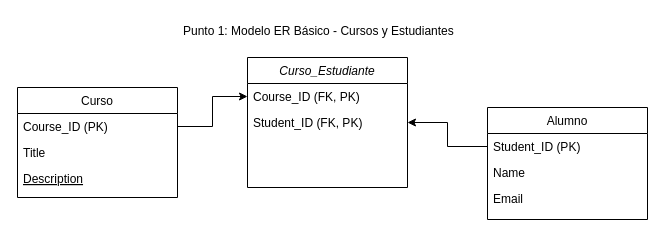
Before: Diagrama sin título.drawio in luiscarlos370/ProyectoFJS, a draw.io diagram. Source tidied: cells renumbered, new cells numbered last; positions are measured from the earlier drawing's top-left corner, leaving out a move shared by most shapes. Both pictures are drawn from the tidied source at 100%, with x=0, y=0 at pixel (17, 17).
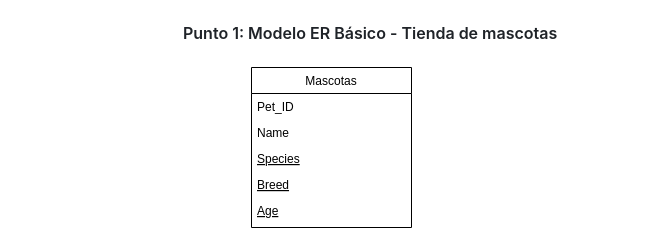
The same diagram, later.

Diff of the diagram source:
```diff
@@
 <mxGraphModel>
   <root>
     <mxCell id="0" />
     <mxCell id="1" parent="0" />
-    <mxCell id="2" value="Curso_Estudiante  " style="swimlane;fontStyle=2;align=center;verticalAlign=top;horizontal=1;startSize=26;rounded=0;shadow=0;strokeWidth=1;" parent="1" vertex="1">
-      <mxGeometry x="230" y="40" width="160" height="130" as="geometry" />
-    </mxCell>
-    <mxCell id="3" value=" Course_ID (FK, PK)" style="text;align=left;verticalAlign=top;spacingLeft=4;spacingRight=4;overflow=hidden;points=[[0,0.5],[1,0.5]];portConstraint=eastwest;" parent="2" vertex="1">
-      <mxGeometry y="26" width="160" height="26" as="geometry" />
-    </mxCell>
-    <mxCell id="4" value="Student_ID (FK, PK)" style="text;align=left;verticalAlign=top;spacingLeft=4;spacingRight=4;overflow=hidden;points=[[0,0.5],[1,0.5]];portConstraint=eastwest;rounded=0;shadow=0;html=0;" parent="2" vertex="1">
-      <mxGeometry y="52" width="160" height="26" as="geometry" />
-    </mxCell>
-    <mxCell id="5" value="Curso  " style="swimlane;fontStyle=0;align=center;verticalAlign=top;horizontal=1;startSize=26;rounded=0;shadow=0;strokeWidth=1;" parent="1" vertex="1">
-      <mxGeometry y="70" width="160" height="110" as="geometry" />
+    <mxCell id="5" value="Mascotas" style="swimlane;fontStyle=0;align=center;verticalAlign=top;horizontal=1;startSize=26;rounded=0;shadow=0;strokeWidth=1;" parent="1" vertex="1">
+      <mxGeometry x="234" y="50" width="160" height="160" as="geometry" />
     </mxCell>
-    <mxCell id="6" value="Course_ID (PK)" style="text;align=left;verticalAlign=top;spacingLeft=4;spacingRight=4;overflow=hidden;points=[[0,0.5],[1,0.5]];portConstraint=eastwest;" parent="5" vertex="1">
+    <mxCell id="6" value="Pet_ID" style="text;align=left;verticalAlign=top;spacingLeft=4;spacingRight=4;overflow=hidden;points=[[0,0.5],[1,0.5]];portConstraint=eastwest;" parent="5" vertex="1">
       <mxGeometry y="26" width="160" height="26" as="geometry" />
     </mxCell>
-    <mxCell id="7" value="Title " style="text;align=left;verticalAlign=top;spacingLeft=4;spacingRight=4;overflow=hidden;rounded=0;shadow=0;html=0;" parent="5" vertex="1">
+    <mxCell id="7" value="Name" style="text;align=left;verticalAlign=top;spacingLeft=4;spacingRight=4;overflow=hidden;rounded=0;shadow=0;html=0;" parent="5" vertex="1">
       <mxGeometry y="52" width="160" height="26" as="geometry" />
     </mxCell>
-    <mxCell id="8" value="Description        " style="text;align=left;verticalAlign=top;spacingLeft=4;spacingRight=4;overflow=hidden;fontStyle=4;" parent="5" vertex="1">
+    <mxCell id="8" value="Species        " style="text;align=left;verticalAlign=top;spacingLeft=4;spacingRight=4;overflow=hidden;fontStyle=4;" parent="5" vertex="1">
       <mxGeometry y="78" width="160" height="26" as="geometry" />
     </mxCell>
-    <mxCell id="9" value="Alumno        " style="swimlane;fontStyle=0;align=center;verticalAlign=top;horizontal=1;startSize=26;rounded=0;shadow=0;strokeWidth=1;" parent="1" vertex="1">
-      <mxGeometry x="470" y="90" width="160" height="112" as="geometry" />
-    </mxCell>
-    <mxCell id="10" value="Student_ID (PK) " style="text;align=left;verticalAlign=top;spacingLeft=4;spacingRight=4;overflow=hidden;points=[[0,0.5],[1,0.5]];portConstraint=eastwest;" parent="9" vertex="1">
-      <mxGeometry y="26" width="160" height="26" as="geometry" />
-    </mxCell>
-    <mxCell id="11" value="Name" style="text;align=left;verticalAlign=top;spacingLeft=4;spacingRight=4;overflow=hidden;" parent="9" vertex="1">
-      <mxGeometry y="52" width="160" height="26" as="geometry" />
-    </mxCell>
-    <mxCell id="12" value="Email              " style="text;align=left;verticalAlign=top;spacingLeft=4;spacingRight=4;overflow=hidden;" parent="9" vertex="1">
-      <mxGeometry y="78" width="160" height="26" as="geometry" />
-    </mxCell>
+    <mxCell id="16" value="Breed        " style="text;align=left;verticalAlign=top;spacingLeft=4;spacingRight=4;overflow=hidden;fontStyle=4;" parent="5" vertex="1">
+      <mxGeometry y="104" width="160" height="26" as="geometry" />
+    </mxCell>
+    <mxCell id="17" value="Age        " style="text;align=left;verticalAlign=top;spacingLeft=4;spacingRight=4;overflow=hidden;fontStyle=4;" parent="5" vertex="1">
+      <mxGeometry y="130" width="160" height="26" as="geometry" />
+    </mxCell>
-    <mxCell id="13" value="Punto 1: Modelo ER Básico - Cursos y Estudiantes" style="text;whiteSpace=wrap;html=1;" parent="1" vertex="1">
-      <mxGeometry x="164" width="300" height="40" as="geometry" />
+    <mxCell id="13" value="&lt;span style=&quot;box-sizing: border-box; font-weight: var(--base-text-weight-semibold, 600); color: rgb(31, 35, 40); font-family: -apple-system, BlinkMacSystemFont, &amp;quot;Segoe UI&amp;quot;, &amp;quot;Noto Sans&amp;quot;, Helvetica, Arial, sans-serif, &amp;quot;Apple Color Emoji&amp;quot;, &amp;quot;Segoe UI Emoji&amp;quot;; font-size: 16px; background-color: rgb(255, 255, 255);&quot;&gt;&lt;font style=&quot;box-sizing: border-box; vertical-align: inherit;&quot;&gt;&lt;span style=&quot;box-sizing: border-box; font-weight: var(--base-text-weight-semibold, 600);&quot;&gt;&lt;font style=&quot;box-sizing: border-box; vertical-align: inherit;&quot;&gt;&lt;font style=&quot;box-sizing: border-box; vertical-align: inherit;&quot;&gt;Punto 1:&amp;nbsp;&lt;/font&gt;&lt;/font&gt;&lt;/span&gt;Modelo ER Básico - Tienda de mascotas&amp;nbsp;&lt;/font&gt;&lt;/span&gt;" style="text;whiteSpace=wrap;html=1;" parent="1" vertex="1">
+      <mxGeometry x="164" width="386" height="40" as="geometry" />
     </mxCell>
-    <mxCell id="14" style="edgeStyle=orthogonalEdgeStyle;rounded=0;jettySize=auto;html=1;entryX=0;entryY=0.5;entryDx=0;entryDy=0;" parent="1" edge="1" source="6" target="3">
-      <mxGeometry relative="1" as="geometry" />
-    </mxCell>
-    <mxCell id="15" style="edgeStyle=orthogonalEdgeStyle;rounded=0;jettySize=auto;html=1;" parent="1" edge="1" source="10" target="4">
-      <mxGeometry relative="1" as="geometry" />
-    </mxCell>
   </root>
 </mxGraphModel>
```
